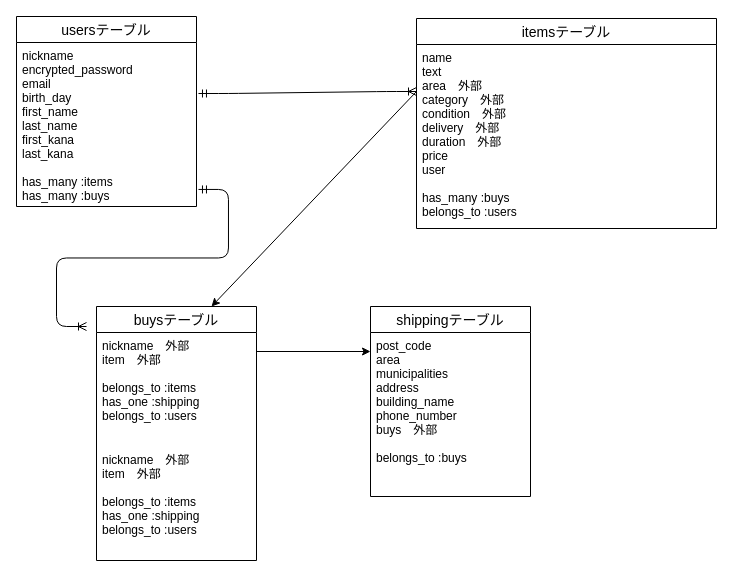
Above: furima-38031.dio in wawazoe/furima-38031 (draw.io), before the change. Source tidied: cells renumbered, new cells numbered last; positions are measured from the earlier drawing's top-left corner, leaving out a move shared by most shapes. Both pictures are drawn from the tidied source at 100%, with x=0, y=0 at pixel (16, 16).
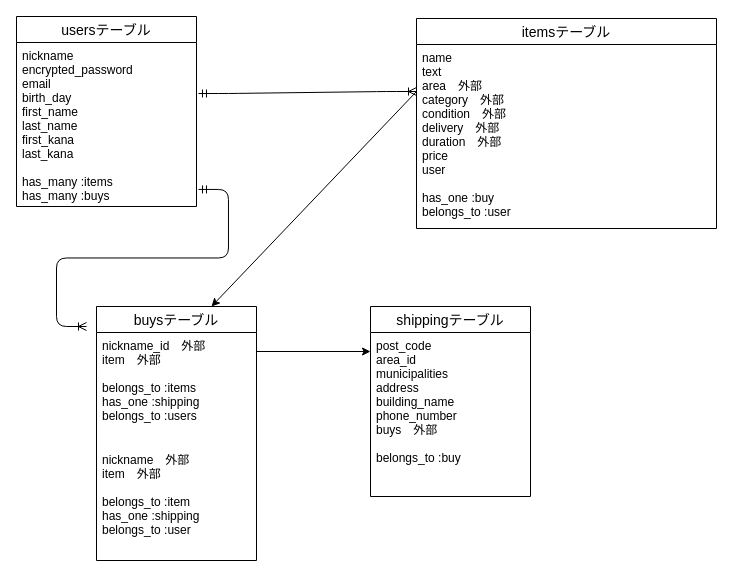
The same diagram, later.

Commit message:
ER図　再々修正

What changed in the source:
```diff
@@
 <mxGraphModel>
   <root>
     <mxCell id="0" />
     <mxCell id="1" parent="0" />
     <mxCell id="2" style="edgeStyle=none;html=1;exitX=1;exitY=0.5;exitDx=0;exitDy=0;entryX=0;entryY=0.5;entryDx=0;entryDy=0;" parent="1" edge="1">
       <mxGeometry relative="1" as="geometry">
         <mxPoint x="240" y="335" as="sourcePoint" />
         <mxPoint x="354" y="335" as="targetPoint" />
       </mxGeometry>
     </mxCell>
     <mxCell id="3" style="edgeStyle=none;html=1;exitX=0;exitY=0.5;exitDx=0;exitDy=0;entryX=0.75;entryY=0;entryDx=0;entryDy=0;" parent="1" edge="1">
       <mxGeometry relative="1" as="geometry">
         <mxPoint x="400" y="75" as="sourcePoint" />
         <mxPoint x="195" y="290" as="targetPoint" />
       </mxGeometry>
     </mxCell>
     <mxCell id="4" value="usersテーブル" style="swimlane;fontStyle=0;horizontal=1;startSize=26;align=center;fontSize=14;" parent="1" vertex="1">
       <mxGeometry width="180" height="190" as="geometry" />
     </mxCell>
     <mxCell id="5" value="nickname&#10;encrypted_password&#10;email&#10;birth_day&#10;first_name&#10;last_name&#10;first_kana&#10;last_kana&#10;&#10;has_many :items&#10;has_many :buys&#10;&#10;&#10;" style="text;strokeColor=none;fillColor=none;spacingLeft=4;spacingRight=4;overflow=hidden;points=[[0,0.5],[1,0.5]];portConstraint=eastwest;fontSize=12;" parent="4" vertex="1">
       <mxGeometry y="26" width="180" height="164" as="geometry" />
     </mxCell>
     <mxCell id="6" value="itemsテーブル" style="swimlane;fontStyle=0;horizontal=1;startSize=26;align=center;fontSize=14;" parent="1" vertex="1">
       <mxGeometry x="400" y="2" width="300" height="210" as="geometry" />
     </mxCell>
-    <mxCell id="7" value="name&#10;text&#10;area　外部&#10;category　外部&#10;condition　外部&#10;delivery　外部&#10;duration　外部&#10;price&#10;user&#10;&#10;has_many :buys&#10;belongs_to :users" style="text;strokeColor=none;fillColor=none;spacingLeft=4;spacingRight=4;overflow=hidden;fontSize=12;" parent="6" vertex="1">
+    <mxCell id="7" value="name&#10;text&#10;area　外部&#10;category　外部&#10;condition　外部&#10;delivery　外部&#10;duration　外部&#10;price&#10;user&#10;&#10;has_one :buy&#10;belongs_to :user" style="text;strokeColor=none;fillColor=none;spacingLeft=4;spacingRight=4;overflow=hidden;fontSize=12;" parent="6" vertex="1">
       <mxGeometry y="26" width="300" height="184" as="geometry" />
     </mxCell>
     <mxCell id="8" value="buysテーブル" style="swimlane;fontStyle=0;horizontal=1;startSize=26;align=center;fontSize=14;" parent="1" vertex="1">
       <mxGeometry x="80" y="290" width="160" height="254" as="geometry" />
     </mxCell>
-    <mxCell id="9" value="nickname　外部&#10;item　外部&#10;&#10;belongs_to :items&#10;has_one :shipping&#10;belongs_to :users" style="text;strokeColor=none;fillColor=none;spacingLeft=4;spacingRight=4;overflow=hidden;fontSize=12;" parent="8" vertex="1">
+    <mxCell id="9" value="nickname_id　外部&#10;item　外部&#10;&#10;belongs_to :items&#10;has_one :shipping&#10;belongs_to :users" style="text;strokeColor=none;fillColor=none;spacingLeft=4;spacingRight=4;overflow=hidden;fontSize=12;" parent="8" vertex="1">
       <mxGeometry y="26" width="160" height="114" as="geometry" />
     </mxCell>
-    <mxCell id="10" value="nickname　外部&#10;item　外部&#10;&#10;belongs_to :items&#10;has_one :shipping&#10;belongs_to :users" style="text;strokeColor=none;fillColor=none;spacingLeft=4;spacingRight=4;overflow=hidden;fontSize=12;" parent="8" vertex="1">
+    <mxCell id="10" value="nickname　外部&#10;item　外部&#10;&#10;belongs_to :item&#10;has_one :shipping&#10;belongs_to :user" style="text;strokeColor=none;fillColor=none;spacingLeft=4;spacingRight=4;overflow=hidden;fontSize=12;" parent="8" vertex="1">
       <mxGeometry y="140" width="160" height="114" as="geometry" />
     </mxCell>
     <mxCell id="11" value="shippingテーブル" style="swimlane;fontStyle=0;horizontal=1;startSize=26;align=center;fontSize=14;" parent="1" vertex="1">
       <mxGeometry x="354" y="290" width="160" height="190" as="geometry" />
     </mxCell>
-    <mxCell id="12" value="post_code&#10;area&#10;municipalities&#10;address&#10;building_name&#10;phone_number&#10;buys　外部&#10;&#10;belongs_to :buys&#10;" style="text;strokeColor=none;fillColor=none;spacingLeft=4;spacingRight=4;overflow=hidden;fontSize=12;" parent="11" vertex="1">
+    <mxCell id="12" value="post_code&#10;area_id&#10;municipalities&#10;address&#10;building_name&#10;phone_number&#10;buys　外部&#10;&#10;belongs_to :buy&#10;" style="text;strokeColor=none;fillColor=none;spacingLeft=4;spacingRight=4;overflow=hidden;fontSize=12;" parent="11" vertex="1">
       <mxGeometry y="26" width="160" height="164" as="geometry" />
     </mxCell>
     <mxCell id="13" style="edgeStyle=entityRelationEdgeStyle;fontSize=12;html=1;endArrow=ERoneToMany;startArrow=ERmandOne;exitX=1.011;exitY=0.896;exitDx=0;exitDy=0;exitPerimeter=0;" parent="1" edge="1" source="5">
       <mxGeometry relative="1" as="geometry">
         <mxPoint x="70" y="310" as="targetPoint" />
       </mxGeometry>
     </mxCell>
     <mxCell id="14" style="edgeStyle=entityRelationEdgeStyle;fontSize=12;html=1;endArrow=ERoneToMany;startArrow=ERmandOne;exitX=1.011;exitY=0.311;exitDx=0;exitDy=0;exitPerimeter=0;" parent="1" edge="1" source="5">
       <mxGeometry relative="1" as="geometry">
         <mxPoint x="400" y="75" as="targetPoint" />
       </mxGeometry>
     </mxCell>
   </root>
 </mxGraphModel>
```
